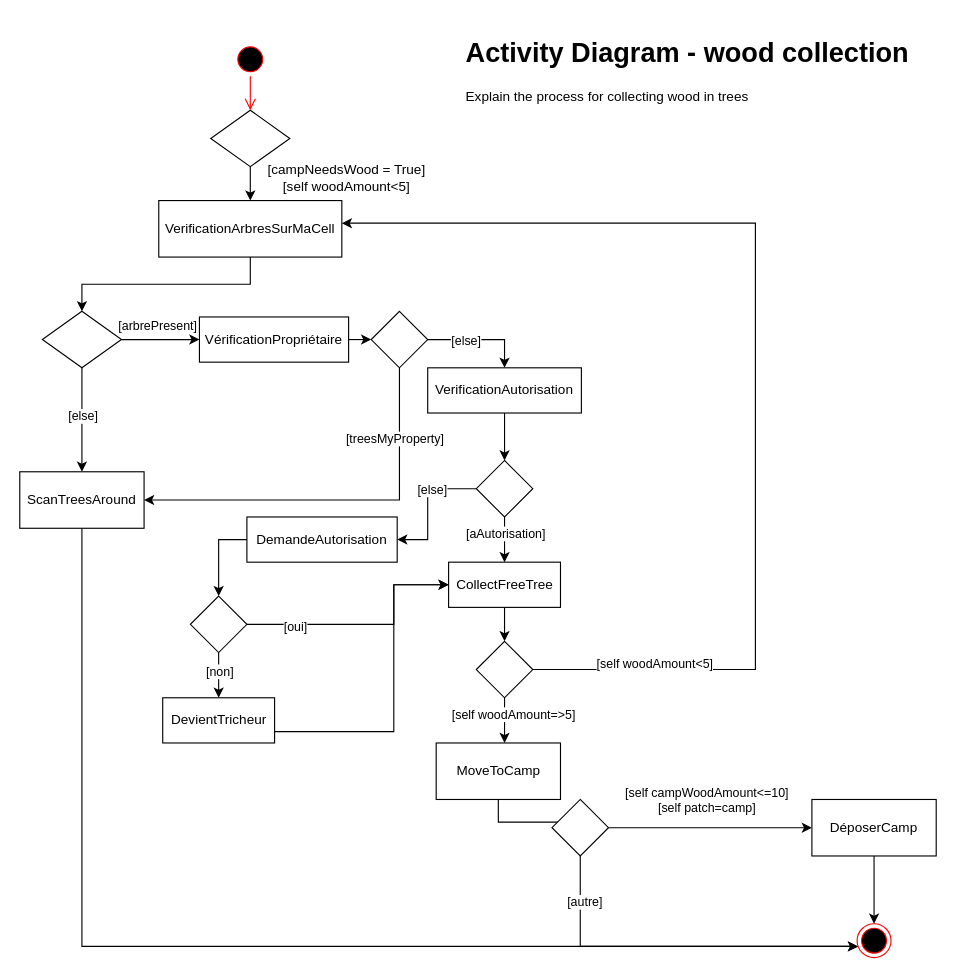
This is page "Page-5" (5 of 7) of DundiV0.drawio from panchovdl/DundiModel, a draw.io file, before an edit. Source tidied: cells renumbered, new cells numbered last; positions are measured from the earlier drawing's top-left corner, leaving out a move shared by most shapes. Both pictures are drawn from the tidied source at 113%, with x=0, y=0 at pixel (19, 31).
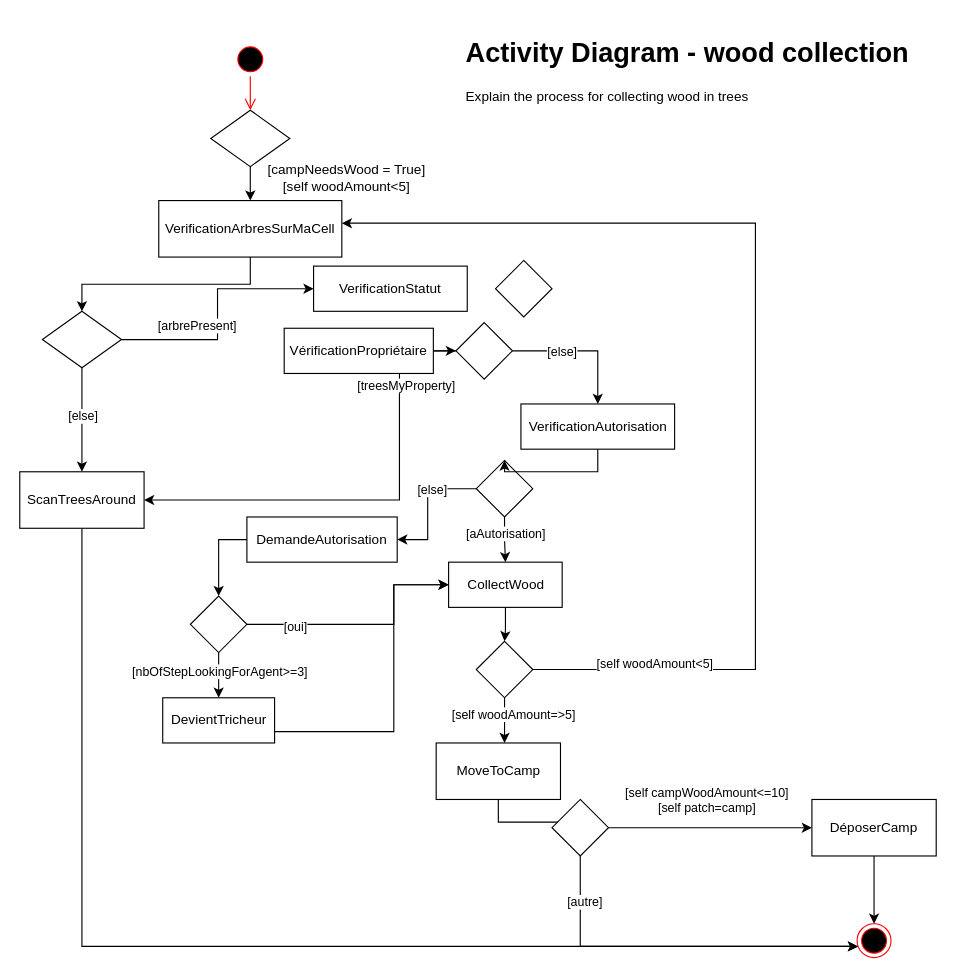
The same page after the edit.

The change refers to these unchanged cells:
```xml
<mxCell id="6" style="rhombus;whiteSpace=wrap;html=1;" parent="1" vertex="1">
  <mxGeometry x="20" y="248" width="70" height="50" as="geometry" />
</mxCell>
<mxCell id="53" style="edgeStyle=orthogonalEdgeStyle;rounded=0;jettySize=auto;html=1;" parent="1" edge="1" source="48" target="55">
  <mxGeometry relative="1" as="geometry" />
</mxCell>
```

What changed in the source:
```diff
@@
-    <mxCell id="4" style="edgeStyle=orthogonalEdgeStyle;rounded=0;jettySize=auto;html=1;" parent="1" edge="1" source="6" target="27">
+    <mxCell id="4" style="edgeStyle=orthogonalEdgeStyle;rounded=0;jettySize=auto;html=1;" parent="1" edge="1" source="6" target="57">
       <mxGeometry relative="1" as="geometry" />
     </mxCell>
@@
-    <mxCell id="16" value="CollectFreeTree" style="html=1;whiteSpace=wrap;" parent="1" vertex="1">
-      <mxGeometry x="379.5" y="470" width="99" height="40" as="geometry" />
+    <mxCell id="16" value="CollectWood" style="html=1;whiteSpace=wrap;" parent="1" vertex="1">
+      <mxGeometry x="379.5" y="470" width="100.5" height="40" as="geometry" />
     </mxCell>
@@
     <mxCell id="24" style="rhombus;whiteSpace=wrap;html=1;" parent="1" vertex="1">
-      <mxGeometry x="311" y="248" width="50" height="50" as="geometry" />
+      <mxGeometry x="386" y="258" width="50" height="50" as="geometry" />
     </mxCell>
@@
     <mxCell id="27" value="VérificationPropriétaire" style="html=1;whiteSpace=wrap;" parent="1" vertex="1">
-      <mxGeometry x="159" y="253" width="132" height="40" as="geometry" />
+      <mxGeometry x="234" y="263" width="132" height="40" as="geometry" />
     </mxCell>
     <mxCell id="28" style="edgeStyle=orthogonalEdgeStyle;rounded=0;jettySize=auto;html=1;" parent="1" edge="1" source="27" target="24">
       <mxGeometry relative="1" as="geometry">
         <Array as="points">
-          <mxPoint x="271" y="270" />
-          <mxPoint x="271" y="270" />
+          <mxPoint x="346" y="280" />
+          <mxPoint x="346" y="280" />
         </Array>
       </mxGeometry>
     </mxCell>
@@
     <mxCell id="40" value="VerificationAutorisation" style="html=1;whiteSpace=wrap;" parent="1" vertex="1">
-      <mxGeometry x="361" y="298" width="136" height="40" as="geometry" />
+      <mxGeometry x="443.5" y="330" width="136" height="40" as="geometry" />
     </mxCell>
@@
-    <mxCell id="54" value="[non]" style="edgeLabel;html=1;align=center;verticalAlign=middle;" parent="53" vertex="1">
+    <mxCell id="54" value="[nbOfStepLookingForAgent&amp;gt;=3]" style="edgeLabel;html=1;align=center;verticalAlign=middle;" parent="53" vertex="1">
       <mxGeometry x="-0.32" y="2" relative="1" as="geometry">
         <mxPoint x="-2" y="2" as="offset" />
       </mxGeometry>
     </mxCell>
@@
+    <mxCell id="57" value="VerificationStatut" style="html=1;whiteSpace=wrap;" parent="1" vertex="1">
+      <mxGeometry x="260" y="208" width="136" height="40" as="geometry" />
+    </mxCell>
+    <mxCell id="58" style="rhombus;whiteSpace=wrap;html=1;" parent="1" vertex="1">
+      <mxGeometry x="421" y="203" width="50" height="50" as="geometry" />
+    </mxCell>
```
